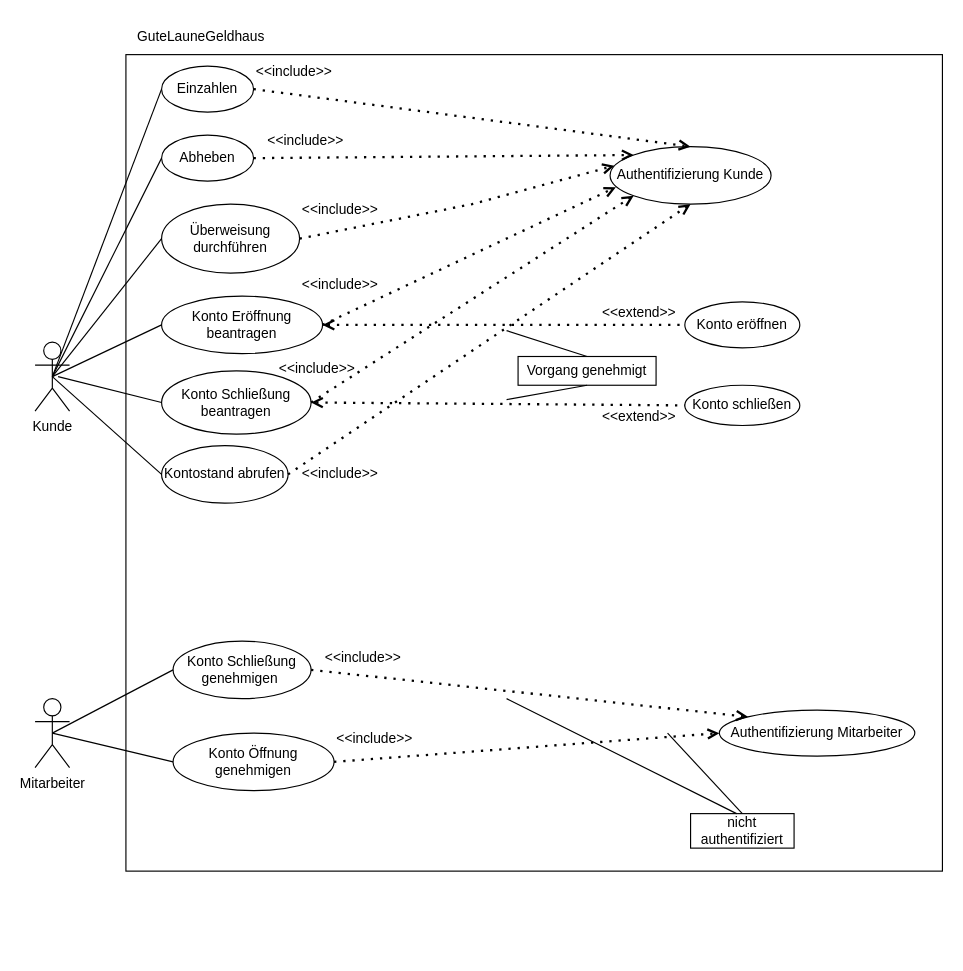
Before: UseCase.drawio in Jo-Broo/GuteLauneGeldhaus, a draw.io diagram. Source tidied: cells renumbered, new cells numbered last; positions are measured from the earlier drawing's top-left corner, leaving out a move shared by most shapes. Both pictures are drawn from the tidied source at 115%, with x=0, y=0 at pixel (34, 20).
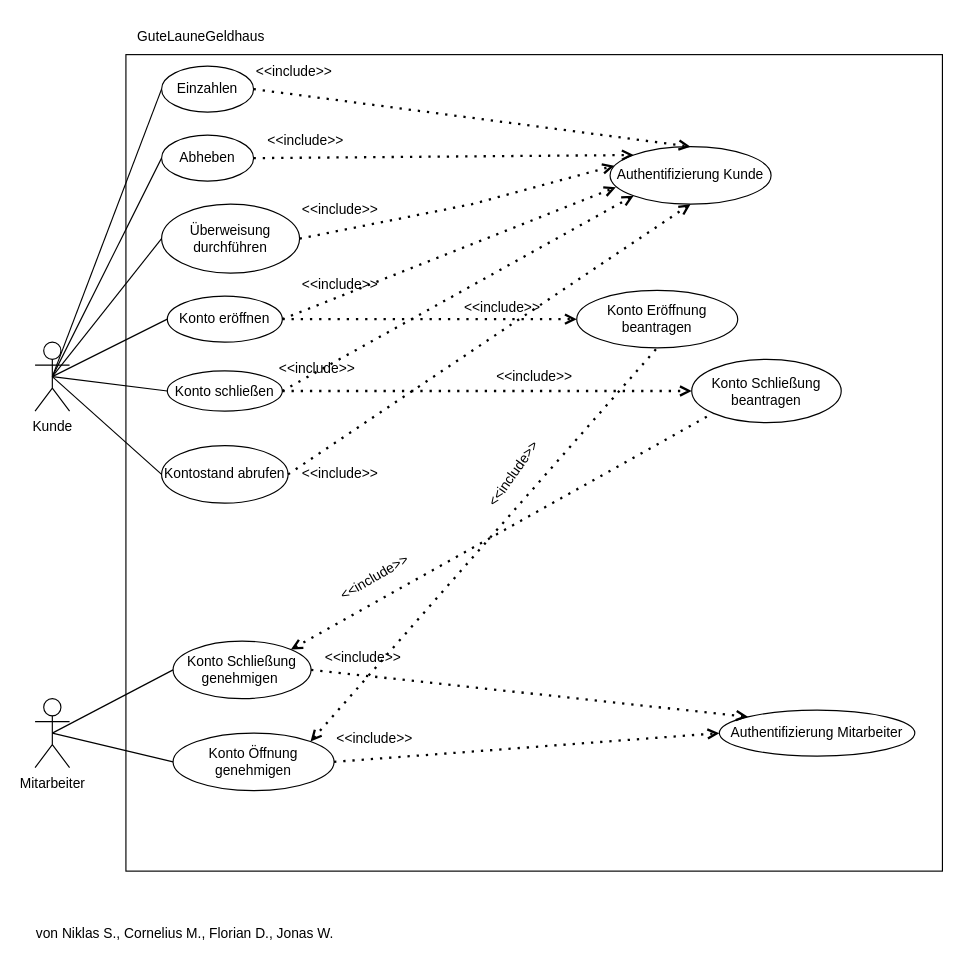
Above is the later version.

The change refers to these unchanged cells:
```xml
<mxCell id="3" value="Kunde" style="shape=umlActor;verticalLabelPosition=bottom;verticalAlign=top;html=1;outlineConnect=0;" parent="1" vertex="1">
  <mxGeometry y="280" width="30" height="60" as="geometry" />
</mxCell>
<mxCell id="7" value="Authentifizierung Kunde" style="ellipse;whiteSpace=wrap;html=1;" parent="1" vertex="1">
  <mxGeometry x="500" y="110" width="140" height="50" as="geometry" />
</mxCell>
<mxCell id="17" value="Konto Öffnung genehmigen" style="ellipse;whiteSpace=wrap;html=1;" parent="1" vertex="1">
  <mxGeometry x="120" y="620" width="140" height="50" as="geometry" />
</mxCell>
<mxCell id="40" value="Konto Schließung genehmigen&amp;nbsp;" style="ellipse;whiteSpace=wrap;html=1;" parent="1" vertex="1">
  <mxGeometry x="120" y="540" width="120" height="50" as="geometry" />
</mxCell>
```

Diff of the diagram source:
```diff
@@
     <mxCell id="10" value="Konto eröffnen" style="ellipse;whiteSpace=wrap;html=1;" parent="1" vertex="1">
-      <mxGeometry x="565" y="245" width="100" height="40" as="geometry" />
+      <mxGeometry x="115" y="240" width="100" height="40" as="geometry" />
     </mxCell>
     <mxCell id="11" value="Konto schließen" style="ellipse;whiteSpace=wrap;html=1;" parent="1" vertex="1">
-      <mxGeometry x="565" y="317.5" width="100" height="35" as="geometry" />
+      <mxGeometry x="115" y="305" width="100" height="35" as="geometry" />
     </mxCell>
@@
     <mxCell id="18" value="Konto Eröffnung beantragen" style="ellipse;whiteSpace=wrap;html=1;" parent="1" vertex="1">
-      <mxGeometry x="110" y="240" width="140" height="50" as="geometry" />
+      <mxGeometry x="471" y="235" width="140" height="50" as="geometry" />
     </mxCell>
     <mxCell id="19" value="Konto Schließung beantragen" style="ellipse;whiteSpace=wrap;html=1;" parent="1" vertex="1">
-      <mxGeometry x="110" y="305" width="130" height="55" as="geometry" />
+      <mxGeometry x="571" y="295" width="130" height="55" as="geometry" />
     </mxCell>
-    <mxCell id="20" style="endArrow=none;html=1;rounded=0;exitX=0.5;exitY=0.5;exitDx=0;exitDy=0;exitPerimeter=0;entryX=0;entryY=0.5;entryDx=0;entryDy=0;" parent="1" edge="1" source="3" target="18">
+    <mxCell id="20" style="endArrow=none;html=1;rounded=0;exitX=0.5;exitY=0.5;exitDx=0;exitDy=0;exitPerimeter=0;entryX=0;entryY=0.5;entryDx=0;entryDy=0;" parent="1" edge="1" source="3" target="10">
       <mxGeometry relative="1" as="geometry" />
     </mxCell>
-    <mxCell id="21" style="endArrow=none;html=1;rounded=0;entryX=0;entryY=0.5;entryDx=0;entryDy=0;" parent="1" edge="1" target="19">
-      <mxGeometry relative="1" as="geometry">
-        <mxPoint x="20" y="310" as="sourcePoint" />
-      </mxGeometry>
-    </mxCell>
-    <mxCell id="22" style="endArrow=none;dashed=1;html=1;dashPattern=1 3;strokeWidth=2;rounded=0;entryX=0;entryY=0.5;entryDx=0;entryDy=0;exitX=1;exitY=0.5;exitDx=0;exitDy=0;startArrow=open;startFill=0;" parent="1" edge="1" source="19" target="11">
-      <mxGeometry relative="1" as="geometry" />
-    </mxCell>
@@
-    <mxCell id="24" style="endArrow=open;dashed=1;html=1;dashPattern=1 3;strokeWidth=2;rounded=0;entryX=0.036;entryY=0.707;entryDx=0;entryDy=0;exitX=1;exitY=0.5;exitDx=0;exitDy=0;endFill=0;entryPerimeter=0;" parent="1" edge="1" source="18" target="7">
+    <mxCell id="24" style="endArrow=open;dashed=1;html=1;dashPattern=1 3;strokeWidth=2;rounded=0;entryX=0.036;entryY=0.707;entryDx=0;entryDy=0;endFill=0;entryPerimeter=0;exitX=1;exitY=0.5;exitDx=0;exitDy=0;" parent="1" edge="1" source="10" target="7">
       <mxGeometry relative="1" as="geometry" />
     </mxCell>
-    <mxCell id="25" style="endArrow=open;dashed=1;html=1;dashPattern=1 3;strokeWidth=2;rounded=0;entryX=0;entryY=1;entryDx=0;entryDy=0;exitX=1;exitY=0.5;exitDx=0;exitDy=0;endFill=0;" parent="1" edge="1" source="19" target="7">
-      <mxGeometry relative="1" as="geometry" />
-    </mxCell>
-    <mxCell id="26" value="nicht authentifiziert" style="rounded=0;whiteSpace=wrap;html=1;" parent="1" vertex="1">
-      <mxGeometry x="570" y="690" width="90" height="30" as="geometry" />
-    </mxCell>
@@
-    <mxCell id="32" value="Vorgang genehmigt" style="rounded=0;whiteSpace=wrap;html=1;" parent="1" vertex="1">
-      <mxGeometry x="420" y="292.5" width="120" height="25" as="geometry" />
-    </mxCell>
-    <mxCell id="33" style="endArrow=none;html=1;rounded=0;entryX=0.5;entryY=0;entryDx=0;entryDy=0;" parent="1" edge="1" target="26">
-      <mxGeometry relative="1" as="geometry">
-        <mxPoint x="550" y="620" as="sourcePoint" />
-      </mxGeometry>
-    </mxCell>
@@
-    <mxCell id="35" style="endArrow=none;dashed=1;html=1;dashPattern=1 3;strokeWidth=2;rounded=0;entryX=0;entryY=0.5;entryDx=0;entryDy=0;exitX=1;exitY=0.5;exitDx=0;exitDy=0;startArrow=open;startFill=0;" parent="1" edge="1" source="18" target="10">
-      <mxGeometry relative="1" as="geometry" />
-    </mxCell>
-    <mxCell id="36" value="&amp;lt;&amp;lt;extend&amp;gt;&amp;gt;" style="text;html=1;align=center;verticalAlign=middle;strokeColor=none;fillColor=none;" parent="1" vertex="1">
-      <mxGeometry x="480" y="240" width="90" height="30" as="geometry" />
-    </mxCell>
-    <mxCell id="37" value="&amp;lt;&amp;lt;extend&amp;gt;&amp;gt;" style="text;html=1;align=center;verticalAlign=middle;strokeColor=none;fillColor=none;" parent="1" vertex="1">
-      <mxGeometry x="480" y="330" width="90" height="30" as="geometry" />
-    </mxCell>
-    <mxCell id="38" style="endArrow=none;html=1;rounded=0;exitX=0.5;exitY=0;exitDx=0;exitDy=0;" parent="1" edge="1" source="32">
-      <mxGeometry relative="1" as="geometry">
-        <mxPoint x="410" y="270" as="targetPoint" />
-      </mxGeometry>
-    </mxCell>
-    <mxCell id="39" style="endArrow=none;html=1;rounded=0;entryX=0.5;entryY=1;entryDx=0;entryDy=0;" parent="1" edge="1" target="32">
-      <mxGeometry relative="1" as="geometry">
-        <mxPoint x="410" y="330" as="sourcePoint" />
-      </mxGeometry>
-    </mxCell>
@@
-    <mxCell id="42" style="endArrow=none;html=1;rounded=0;" parent="1" edge="1">
-      <mxGeometry relative="1" as="geometry">
-        <mxPoint x="410" y="590" as="sourcePoint" />
-        <mxPoint x="610" y="690" as="targetPoint" />
-      </mxGeometry>
-    </mxCell>
@@
+    <mxCell id="52" value="von Niklas S., Cornelius M., Florian D., Jonas W." style="text;html=1;align=center;verticalAlign=middle;strokeColor=none;fillColor=none;" parent="1" vertex="1">
+      <mxGeometry x="-10" y="780" width="280" height="30" as="geometry" />
+    </mxCell>
+    <mxCell id="53" style="endArrow=open;dashed=1;html=1;dashPattern=1 3;strokeWidth=2;rounded=0;entryX=0;entryY=1;entryDx=0;entryDy=0;exitX=1;exitY=0.5;exitDx=0;exitDy=0;endFill=0;" parent="1" edge="1" source="11" target="7">
+      <mxGeometry relative="1" as="geometry" />
+    </mxCell>
+    <mxCell id="54" style="endArrow=open;dashed=1;html=1;dashPattern=1 3;strokeWidth=2;rounded=0;exitX=1;exitY=0.5;exitDx=0;exitDy=0;entryX=0;entryY=0.5;entryDx=0;entryDy=0;endFill=0;" parent="1" edge="1" source="10" target="18">
+      <mxGeometry relative="1" as="geometry" />
+    </mxCell>
+    <mxCell id="55" style="endArrow=open;dashed=1;html=1;dashPattern=1 3;strokeWidth=2;rounded=0;exitX=1;exitY=0.5;exitDx=0;exitDy=0;entryX=0;entryY=0.5;entryDx=0;entryDy=0;endFill=0;" parent="1" edge="1" source="11" target="19">
+      <mxGeometry relative="1" as="geometry" />
+    </mxCell>
+    <mxCell id="56" style="endArrow=none;dashed=1;html=1;dashPattern=1 3;strokeWidth=2;rounded=0;entryX=0.5;entryY=1;entryDx=0;entryDy=0;exitX=1;exitY=0;exitDx=0;exitDy=0;startArrow=open;startFill=0;" parent="1" edge="1" source="17" target="18">
+      <mxGeometry relative="1" as="geometry" />
+    </mxCell>
+    <mxCell id="57" style="endArrow=none;dashed=1;html=1;dashPattern=1 3;strokeWidth=2;rounded=0;entryX=0;entryY=1;entryDx=0;entryDy=0;exitX=1;exitY=0;exitDx=0;exitDy=0;startArrow=open;startFill=0;" parent="1" edge="1" source="40" target="19">
+      <mxGeometry relative="1" as="geometry" />
+    </mxCell>
+    <mxCell id="58" value="&amp;lt;&amp;lt;include&amp;gt;&amp;gt;" style="text;html=1;align=center;verticalAlign=middle;strokeColor=none;fillColor=none;" parent="1" vertex="1">
+      <mxGeometry x="389" y="295" width="90" height="30" as="geometry" />
+    </mxCell>
+    <mxCell id="59" value="&amp;lt;&amp;lt;include&amp;gt;&amp;gt;" style="text;html=1;align=center;verticalAlign=middle;strokeColor=none;fillColor=none;" parent="1" vertex="1">
+      <mxGeometry x="361" y="235" width="90" height="30" as="geometry" />
+    </mxCell>
+    <mxCell id="60" value="&amp;lt;&amp;lt;include&amp;gt;&amp;gt;" style="text;html=1;align=center;verticalAlign=middle;strokeColor=none;fillColor=none;rotation=-55;" parent="1" vertex="1">
+      <mxGeometry x="371" y="380" width="90" height="30" as="geometry" />
+    </mxCell>
+    <mxCell id="61" value="&amp;lt;&amp;lt;include&amp;gt;&amp;gt;" style="text;html=1;align=center;verticalAlign=middle;strokeColor=none;fillColor=none;rotation=-30;" parent="1" vertex="1">
+      <mxGeometry x="250" y="470" width="90" height="30" as="geometry" />
+    </mxCell>
+    <mxCell id="62" style="endArrow=none;html=1;rounded=0;entryX=0;entryY=0.5;entryDx=0;entryDy=0;exitX=0.5;exitY=0.5;exitDx=0;exitDy=0;exitPerimeter=0;" parent="1" edge="1" source="3" target="11">
+      <mxGeometry relative="1" as="geometry" />
+    </mxCell>
```
